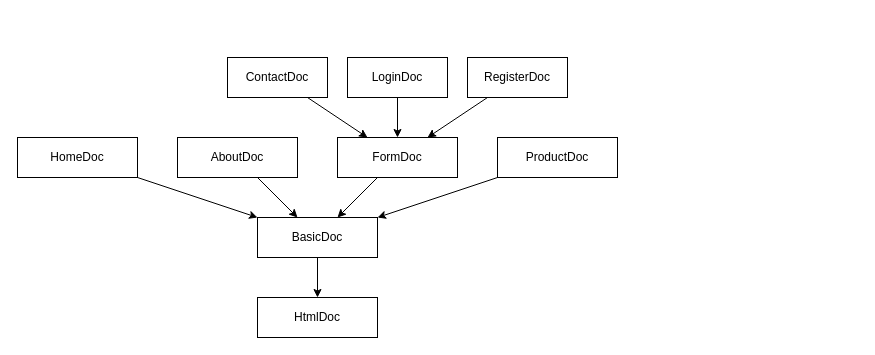
Before: Archive/Diagrams/CID.drawio in userieur/educom-webshop-oop, a draw.io diagram. Source tidied: cells renumbered, new cells numbered last; positions are measured from the earlier drawing's top-left corner, leaving out a move shared by most shapes. Both pictures are drawn from the tidied source at 100%, with x=0, y=0 at pixel (17, 57).
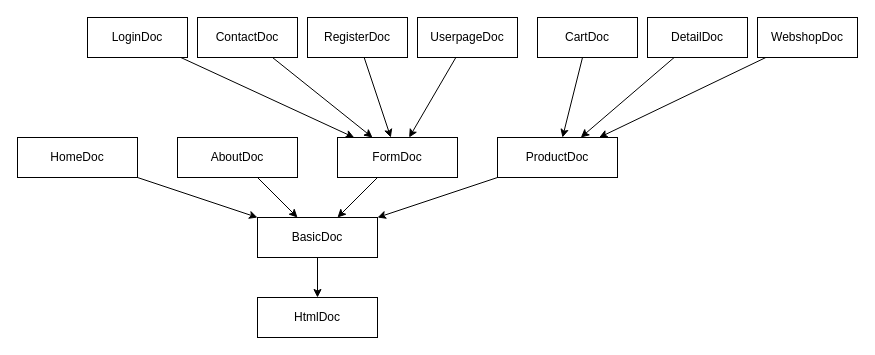
The same diagram, later.

The change refers to these unchanged cells:
```xml
<mxCell id="10" value="FormDoc" style="whiteSpace=wrap;html=1;" parent="1" vertex="1">
  <mxGeometry x="320" y="80" width="120" height="40" as="geometry" />
</mxCell>
<mxCell id="12" value="ProductDoc" style="whiteSpace=wrap;html=1;" parent="1" vertex="1">
  <mxGeometry x="480" y="80" width="120" height="40" as="geometry" />
</mxCell>
```

Diff of the diagram source:
```diff
@@
     <mxCell id="14" value="ContactDoc" style="whiteSpace=wrap;html=1;" parent="1" vertex="1">
-      <mxGeometry x="210" width="100" height="40" as="geometry" />
+      <mxGeometry x="180" y="-40" width="100" height="40" as="geometry" />
     </mxCell>
@@
     <mxCell id="16" value="LoginDoc" style="whiteSpace=wrap;html=1;" parent="1" vertex="1">
-      <mxGeometry x="330" width="100" height="40" as="geometry" />
+      <mxGeometry x="70" y="-40" width="100" height="40" as="geometry" />
     </mxCell>
@@
     <mxCell id="18" value="RegisterDoc" style="whiteSpace=wrap;html=1;" parent="1" vertex="1">
-      <mxGeometry x="450" width="100" height="40" as="geometry" />
+      <mxGeometry x="290" y="-40" width="100" height="40" as="geometry" />
     </mxCell>
+    <mxCell id="19" style="edgeStyle=none;html=1;" parent="1" edge="1" source="20" target="10">
+      <mxGeometry relative="1" as="geometry" />
+    </mxCell>
+    <mxCell id="20" value="UserpageDoc" style="whiteSpace=wrap;html=1;" parent="1" vertex="1">
+      <mxGeometry x="400" y="-40" width="100" height="40" as="geometry" />
+    </mxCell>
+    <mxCell id="21" style="edgeStyle=none;html=1;" parent="1" edge="1" source="22" target="12">
+      <mxGeometry relative="1" as="geometry" />
+    </mxCell>
+    <mxCell id="22" value="CartDoc" style="whiteSpace=wrap;html=1;" parent="1" vertex="1">
+      <mxGeometry x="520" y="-40" width="100" height="40" as="geometry" />
+    </mxCell>
+    <mxCell id="23" style="edgeStyle=none;html=1;" parent="1" edge="1" source="24" target="12">
+      <mxGeometry relative="1" as="geometry" />
+    </mxCell>
+    <mxCell id="24" value="DetailDoc" style="whiteSpace=wrap;html=1;" parent="1" vertex="1">
+      <mxGeometry x="630" y="-40" width="100" height="40" as="geometry" />
+    </mxCell>
+    <mxCell id="25" style="edgeStyle=none;html=1;" parent="1" edge="1" source="26" target="12">
+      <mxGeometry relative="1" as="geometry" />
+    </mxCell>
+    <mxCell id="26" value="WebshopDoc" style="whiteSpace=wrap;html=1;" parent="1" vertex="1">
+      <mxGeometry x="740" y="-40" width="100" height="40" as="geometry" />
+    </mxCell>
```
